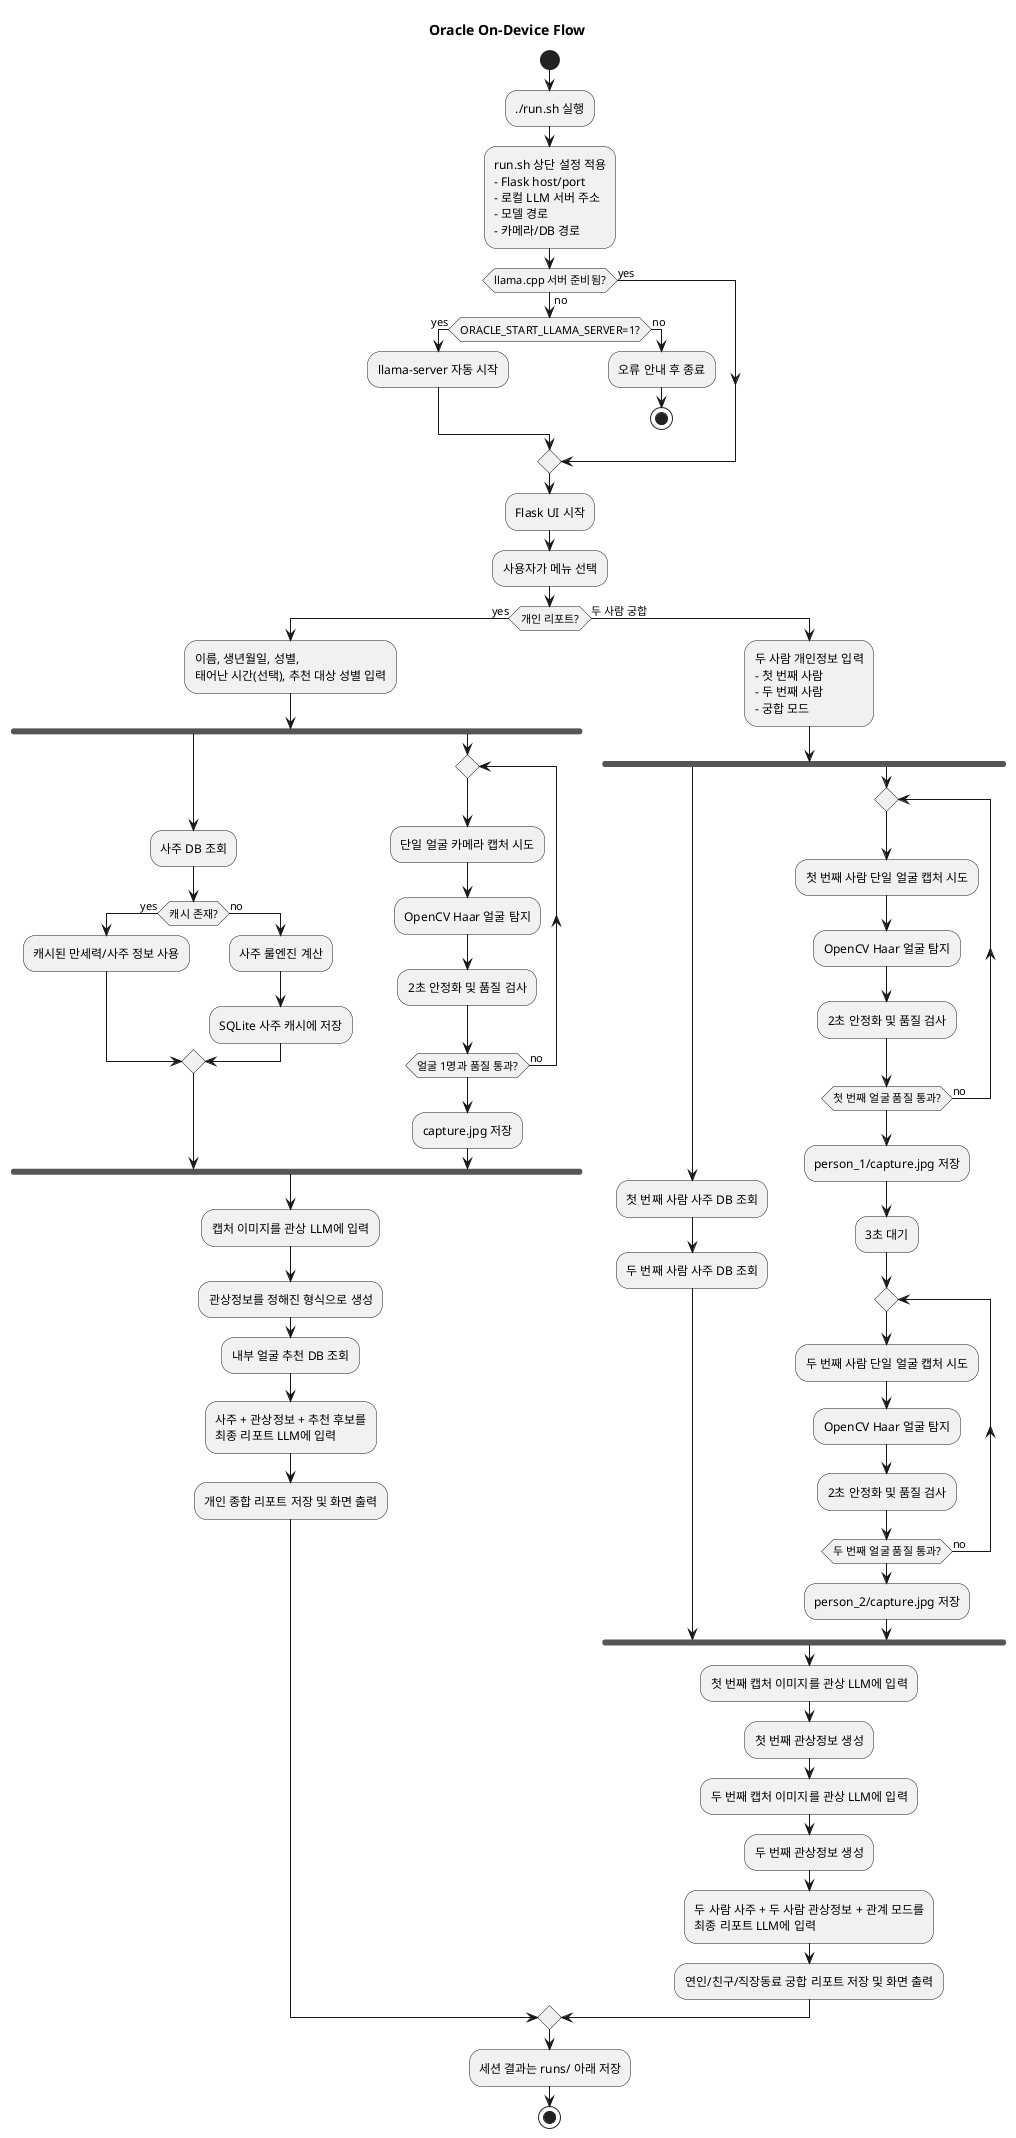
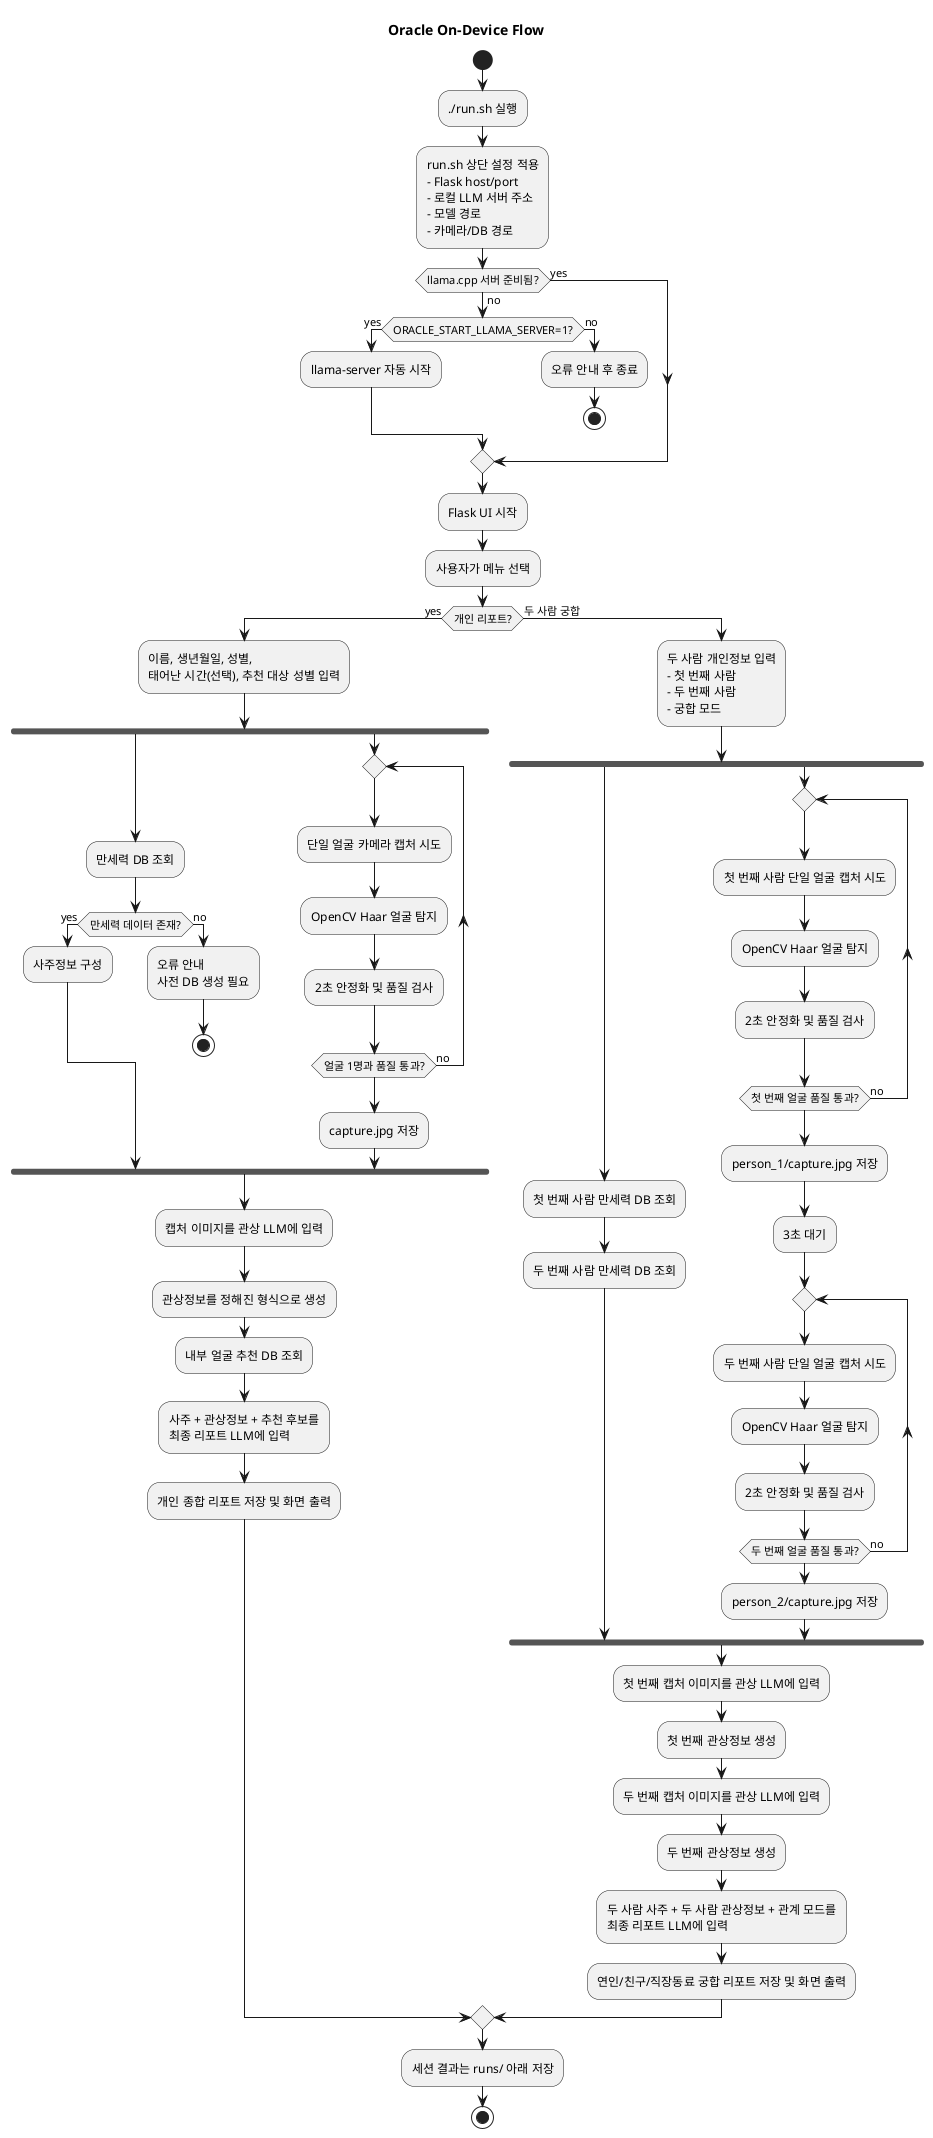
@startuml
title Oracle On-Device Flow

start
:./run.sh 실행;
:run.sh 상단 설정 적용\n- Flask host/port\n- 로컬 LLM 서버 주소\n- 모델 경로\n- 카메라/DB 경로;

if (llama.cpp 서버 준비됨?) then (yes)
else (no)
  if (ORACLE_START_LLAMA_SERVER=1?) then (yes)
    :llama-server 자동 시작;
  else (no)
    :오류 안내 후 종료;
    stop
  endif
endif

:Flask UI 시작;
:사용자가 메뉴 선택;

if (개인 리포트?) then (yes)
  :이름, 생년월일, 성별,\n태어난 시간(선택), 추천 대상 성별 입력;

  fork
-     :사주 DB 조회;
-     if (캐시 존재?) then (yes)
-       :캐시된 만세력/사주 정보 사용;
+     :만세력 DB 조회;
+     if (만세력 데이터 존재?) then (yes)
+       :사주정보 구성;
    else (no)
-       :사주 룰엔진 계산;
-       :SQLite 사주 캐시에 저장;
+       :오류 안내\n사전 DB 생성 필요;
+       stop
    endif
  fork again
    repeat
      :단일 얼굴 카메라 캡처 시도;
      :OpenCV Haar 얼굴 탐지;
      :2초 안정화 및 품질 검사;
    repeat while (얼굴 1명과 품질 통과?) is (no)
    :capture.jpg 저장;
  end fork

  :캡처 이미지를 관상 LLM에 입력;
  :관상정보를 정해진 형식으로 생성;
  :내부 얼굴 추천 DB 조회;
  :사주 + 관상정보 + 추천 후보를\n최종 리포트 LLM에 입력;
  :개인 종합 리포트 저장 및 화면 출력;

else (두 사람 궁합)
  :두 사람 개인정보 입력\n- 첫 번째 사람\n- 두 번째 사람\n- 궁합 모드;

  fork
-     :첫 번째 사람 사주 DB 조회;
-     :두 번째 사람 사주 DB 조회;
+     :첫 번째 사람 만세력 DB 조회;
+     :두 번째 사람 만세력 DB 조회;
  fork again
    repeat
      :첫 번째 사람 단일 얼굴 캡처 시도;
      :OpenCV Haar 얼굴 탐지;
      :2초 안정화 및 품질 검사;
    repeat while (첫 번째 얼굴 품질 통과?) is (no)
    :person_1/capture.jpg 저장;
    :3초 대기;
    repeat
      :두 번째 사람 단일 얼굴 캡처 시도;
      :OpenCV Haar 얼굴 탐지;
      :2초 안정화 및 품질 검사;
    repeat while (두 번째 얼굴 품질 통과?) is (no)
    :person_2/capture.jpg 저장;
  end fork

  :첫 번째 캡처 이미지를 관상 LLM에 입력;
  :첫 번째 관상정보 생성;
  :두 번째 캡처 이미지를 관상 LLM에 입력;
  :두 번째 관상정보 생성;
  :두 사람 사주 + 두 사람 관상정보 + 관계 모드를\n최종 리포트 LLM에 입력;
  :연인/친구/직장동료 궁합 리포트 저장 및 화면 출력;
endif

:세션 결과는 runs/ 아래 저장;
stop

@enduml
